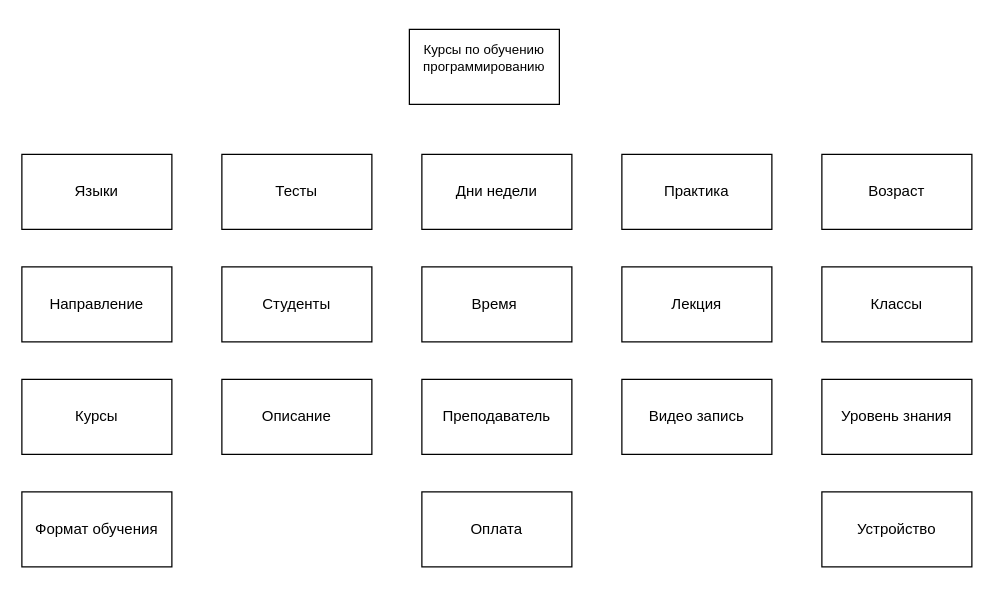
The draw.io diagram Диаграмма без названия.drawio in RyricoD321221/home-1, before the edit. Source tidied: cells renumbered, new cells numbered last; positions are measured from the earlier drawing's top-left corner, leaving out a move shared by most shapes. Both pictures are drawn from the tidied source at 125%, with x=0, y=0 at pixel (21, 29).
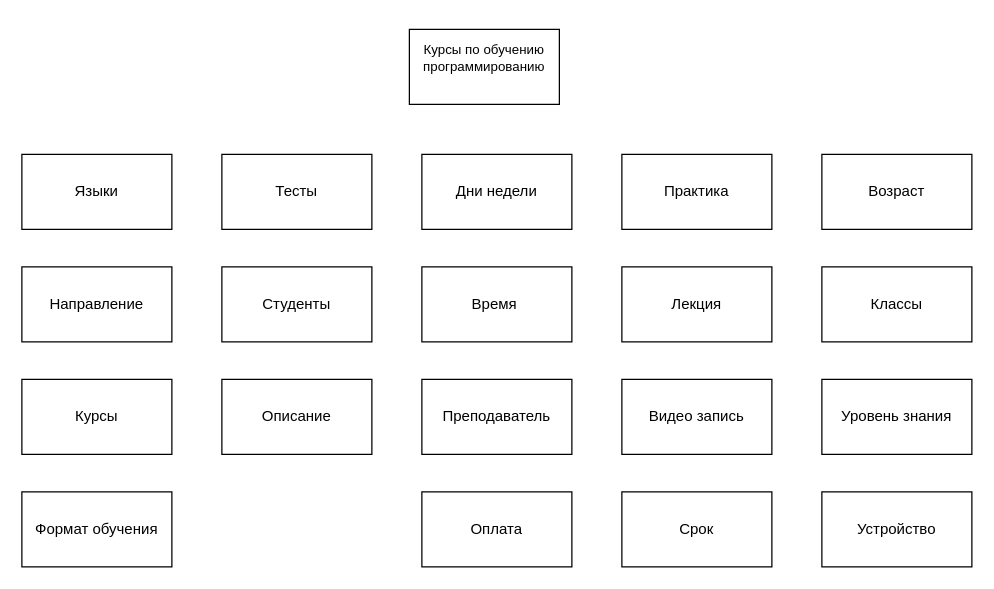
The same page after the edit.

Change to the diagram source:
```diff
@@
+    <mxCell id="21" value="Срок&lt;br&gt;" style="rounded=0;whiteSpace=wrap;html=1;" parent="1" vertex="1">
+      <mxGeometry x="480" y="370" width="120" height="60" as="geometry" />
+    </mxCell>
```
